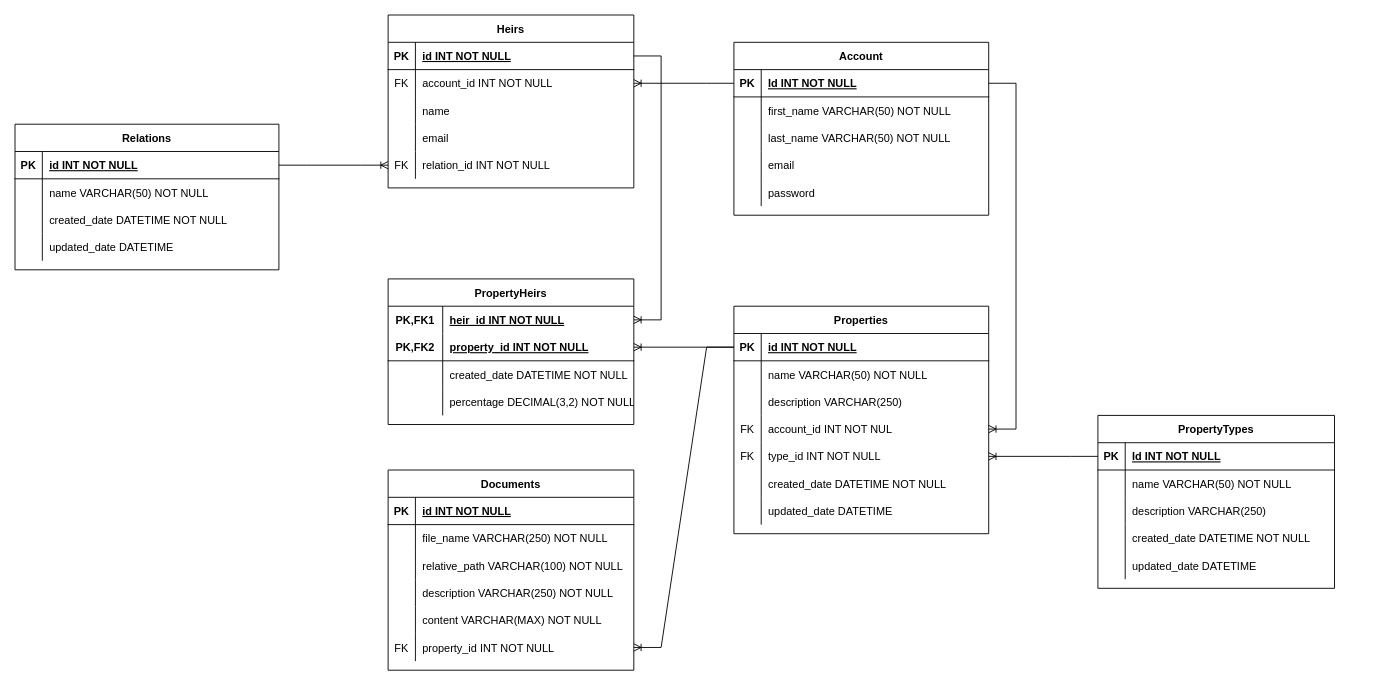
NTHU-Nova-Corp/e-testament-api keeps this draw.io diagram as ER_Diagram.drawio. Above is the earlier version. Source tidied: cells renumbered, new cells numbered last; positions are measured from the earlier drawing's top-left corner, leaving out a move shared by most shapes. Both pictures are drawn from the tidied source at 91%, with x=0, y=0 at pixel (15, 15).
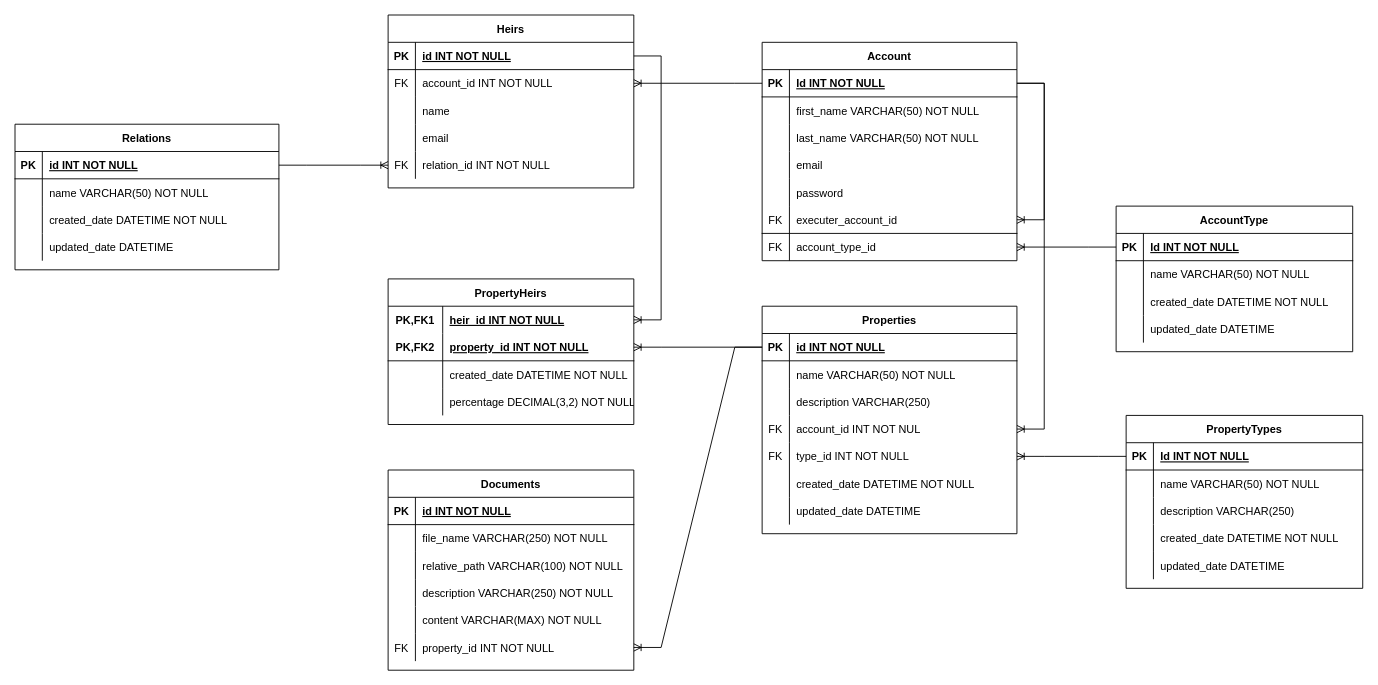
The same diagram, later.

Unchanged cells that the change refers to:
```xml
<mxCell id="3" style="shape=partialRectangle;fillColor=none;points=[[0,0.5],[1,0.5]];portConstraint=eastwest;top=0;left=0;right=0;bottom=1;" parent="2" vertex="1">
  <mxGeometry y="30" width="280" height="30" as="geometry" />
</mxCell>
<mxCell id="12" style="shape=tableRow;horizontal=0;startSize=0;swimlaneHead=0;swimlaneBody=0;fillColor=none;points=[[0,0.5],[1,0.5]];portConstraint=eastwest;top=0;left=0;right=0;bottom=0;" parent="2" vertex="1">
  <mxGeometry y="120" width="280" height="30" as="geometry" />
</mxCell>
<mxCell id="87" style="shape=tableRow;horizontal=0;startSize=0;swimlaneHead=0;swimlaneBody=0;fillColor=none;points=[[0,0.5],[1,0.5]];portConstraint=eastwest;top=0;left=0;right=0;bottom=0;" parent="71" vertex="1">
  <mxGeometry y="180" width="270" height="30" as="geometry" />
</mxCell>
<mxCell id="91" style="shape=tableRow;horizontal=0;startSize=0;swimlaneHead=0;swimlaneBody=0;fillColor=none;points=[[0,0.5],[1,0.5]];portConstraint=eastwest;top=0;left=0;right=0;bottom=1;" parent="90" vertex="1">
  <mxGeometry y="30" width="280" height="30" as="geometry" />
</mxCell>
```

Diff of the diagram source:
```diff
@@
     <mxCell id="2" value="Properties" style="shape=table;startSize=30;childLayout=tableLayout;rowLines=0;fontStyle=1;align=center;" parent="1" vertex="1">
-      <mxGeometry x="790" y="320" width="280" height="250" as="geometry" />
+      <mxGeometry x="821" y="320" width="280" height="250" as="geometry" />
     </mxCell>
@@
     <mxCell id="24" value="PropertyTypes" style="shape=table;startSize=30;childLayout=tableLayout;rowLines=0;fontStyle=1;align=center;" parent="1" vertex="1">
-      <mxGeometry x="1190" y="440" width="260" height="190" as="geometry" />
+      <mxGeometry x="1221" y="440" width="260" height="190" as="geometry" />
     </mxCell>
@@
     <mxCell id="90" value="Account" style="shape=table;startSize=30;childLayout=tableLayout;rowLines=0;fontStyle=1;align=center;" parent="1" vertex="1">
-      <mxGeometry x="790" y="30" width="280" height="190" as="geometry" />
+      <mxGeometry x="821" y="30" width="280" height="240" as="geometry" />
     </mxCell>
@@
+    <mxCell id="124" style="shape=tableRow;horizontal=0;startSize=0;swimlaneHead=0;swimlaneBody=0;fillColor=none;points=[[0,0.5],[1,0.5]];portConstraint=eastwest;top=0;left=0;right=0;bottom=1;" parent="90" vertex="1">
+      <mxGeometry y="180" width="280" height="30" as="geometry" />
+    </mxCell>
+    <mxCell id="125" value="FK" style="shape=partialRectangle;fillColor=none;top=0;left=0;bottom=0;right=0;fontStyle=0;overflow=hidden;" parent="124" vertex="1">
+      <mxGeometry width="30" height="30" as="geometry" />
+    </mxCell>
+    <mxCell id="126" value="executer_account_id" style="shape=partialRectangle;fillColor=none;top=0;left=0;bottom=0;right=0;align=left;spacingLeft=6;fontStyle=0;overflow=hidden;" parent="124" vertex="1">
+      <mxGeometry x="30" width="250" height="30" as="geometry" />
+    </mxCell>
+    <mxCell id="127" style="edgeStyle=entityRelationEdgeStyle;fontSize=12;html=1;endArrow=ERoneToMany;rounded=0;exitX=1;exitY=0.5;exitDx=0;exitDy=0;" parent="90" edge="1" source="91" target="124">
+      <mxGeometry relative="1" as="geometry" />
+    </mxCell>
+    <mxCell id="128" style="shape=tableRow;horizontal=0;startSize=0;swimlaneHead=0;swimlaneBody=0;fillColor=none;points=[[0,0.5],[1,0.5]];portConstraint=eastwest;top=0;left=0;right=0;bottom=0;" parent="90" vertex="1">
+      <mxGeometry y="210" width="280" height="30" as="geometry" />
+    </mxCell>
+    <mxCell id="129" value="FK" style="shape=partialRectangle;fillColor=none;top=0;left=0;bottom=0;right=0;fontStyle=0;overflow=hidden;" parent="128" vertex="1">
+      <mxGeometry width="30" height="30" as="geometry" />
+    </mxCell>
+    <mxCell id="130" value="account_type_id" style="shape=partialRectangle;fillColor=none;top=0;left=0;bottom=0;right=0;align=left;spacingLeft=6;fontStyle=0;overflow=hidden;" parent="128" vertex="1">
+      <mxGeometry x="30" width="250" height="30" as="geometry" />
+    </mxCell>
@@
+    <mxCell id="123" style="edgeStyle=entityRelationEdgeStyle;fontSize=12;html=1;endArrow=ERoneToMany;rounded=0;exitX=0;exitY=0.5;exitDx=0;exitDy=0;entryX=1;entryY=0.5;entryDx=0;entryDy=0;" parent="1" edge="1" source="3" target="87">
+      <mxGeometry relative="1" as="geometry" />
+    </mxCell>
-    <mxCell id="122" style="edgeStyle=entityRelationEdgeStyle;fontSize=12;html=1;endArrow=ERoneToMany;rounded=0;exitX=1;exitY=0.5;exitDx=0;exitDy=0;entryX=1;entryY=0.5;entryDx=0;entryDy=0;" parent="1" edge="1" source="91" target="12">
+    <mxCell id="122" style="edgeStyle=entityRelationEdgeStyle;fontSize=12;html=1;endArrow=ERoneToMany;rounded=0;entryX=1;entryY=0.5;entryDx=0;entryDy=0;exitX=1;exitY=0.5;exitDx=0;exitDy=0;" parent="1" edge="1" source="91" target="12">
       <mxGeometry relative="1" as="geometry" />
     </mxCell>
-    <mxCell id="123" style="edgeStyle=entityRelationEdgeStyle;fontSize=12;html=1;endArrow=ERoneToMany;rounded=0;exitX=0;exitY=0.5;exitDx=0;exitDy=0;entryX=1;entryY=0.5;entryDx=0;entryDy=0;" parent="1" edge="1" source="3" target="87">
-      <mxGeometry relative="1" as="geometry" />
-    </mxCell>
+    <mxCell id="131" value="AccountType" style="shape=table;startSize=30;childLayout=tableLayout;rowLines=0;fontStyle=1;align=center;" parent="1" vertex="1">
+      <mxGeometry x="1210" y="210" width="260" height="160" as="geometry" />
+    </mxCell>
+    <mxCell id="132" style="shape=tableRow;horizontal=0;startSize=0;swimlaneHead=0;swimlaneBody=0;fillColor=none;points=[[0,0.5],[1,0.5]];portConstraint=eastwest;top=0;left=0;right=0;bottom=1;" parent="131" vertex="1">
+      <mxGeometry y="30" width="260" height="30" as="geometry" />
+    </mxCell>
+    <mxCell id="133" value="PK" style="shape=partialRectangle;fillColor=none;top=0;left=0;bottom=0;right=0;fontStyle=1;overflow=hidden;" parent="132" vertex="1">
+      <mxGeometry width="30" height="30" as="geometry" />
+    </mxCell>
+    <mxCell id="134" value="Id INT NOT NULL" style="shape=partialRectangle;fillColor=none;top=0;left=0;bottom=0;right=0;align=left;spacingLeft=6;fontStyle=5;overflow=hidden;" parent="132" vertex="1">
+      <mxGeometry x="30" width="230" height="30" as="geometry" />
+    </mxCell>
+    <mxCell id="135" style="shape=tableRow;horizontal=0;startSize=0;swimlaneHead=0;swimlaneBody=0;fillColor=none;top=0;left=0;right=0;bottom=0;" parent="131" vertex="1">
+      <mxGeometry y="60" width="260" height="30" as="geometry" />
+    </mxCell>
+    <mxCell id="136" style="shape=partialRectangle;fillColor=none;top=0;left=0;bottom=0;right=0;overflow=hidden;" parent="135" vertex="1">
+      <mxGeometry width="30" height="30" as="geometry" />
+    </mxCell>
+    <mxCell id="137" value="name VARCHAR(50) NOT NULL" style="shape=partialRectangle;fillColor=none;top=0;left=0;bottom=0;right=0;align=left;spacingLeft=6;overflow=hidden;" parent="135" vertex="1">
+      <mxGeometry x="30" width="230" height="30" as="geometry" />
+    </mxCell>
+    <mxCell id="138" style="shape=tableRow;horizontal=0;startSize=0;swimlaneHead=0;swimlaneBody=0;fillColor=none;top=0;left=0;right=0;bottom=0;" parent="131" vertex="1">
+      <mxGeometry y="90" width="260" height="30" as="geometry" />
+    </mxCell>
+    <mxCell id="139" style="shape=partialRectangle;fillColor=none;top=0;left=0;bottom=0;right=0;overflow=hidden;" parent="138" vertex="1">
+      <mxGeometry width="30" height="30" as="geometry" />
+    </mxCell>
+    <mxCell id="140" value="created_date DATETIME NOT NULL" style="shape=partialRectangle;fillColor=none;top=0;left=0;bottom=0;right=0;align=left;spacingLeft=6;overflow=hidden;" parent="138" vertex="1">
+      <mxGeometry x="30" width="230" height="30" as="geometry" />
+    </mxCell>
+    <mxCell id="141" style="shape=tableRow;horizontal=0;startSize=0;swimlaneHead=0;swimlaneBody=0;fillColor=none;top=0;left=0;right=0;bottom=0;" parent="131" vertex="1">
+      <mxGeometry y="120" width="260" height="30" as="geometry" />
+    </mxCell>
+    <mxCell id="142" style="shape=partialRectangle;fillColor=none;top=0;left=0;bottom=0;right=0;overflow=hidden;" parent="141" vertex="1">
+      <mxGeometry width="30" height="30" as="geometry" />
+    </mxCell>
+    <mxCell id="143" value="updated_date DATETIME" style="shape=partialRectangle;fillColor=none;top=0;left=0;bottom=0;right=0;align=left;spacingLeft=6;overflow=hidden;" parent="141" vertex="1">
+      <mxGeometry x="30" width="230" height="30" as="geometry" />
+    </mxCell>
+    <mxCell id="144" style="edgeStyle=entityRelationEdgeStyle;fontSize=12;html=1;endArrow=ERoneToMany;rounded=0;exitX=0;exitY=0.5;exitDx=0;exitDy=0;" parent="1" edge="1" source="132" target="128">
+      <mxGeometry relative="1" as="geometry" />
+    </mxCell>
```
